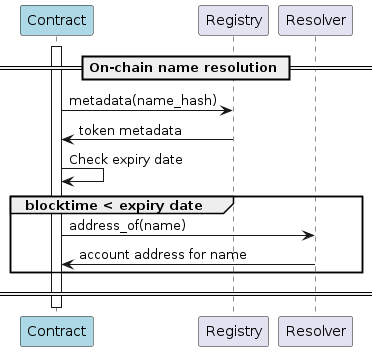
make-software/cspr-name-contracts keeps this PlantUML diagram as docs/sequence-diagrams/puml/onchain-name-resolution.png. Above is the earlier version.
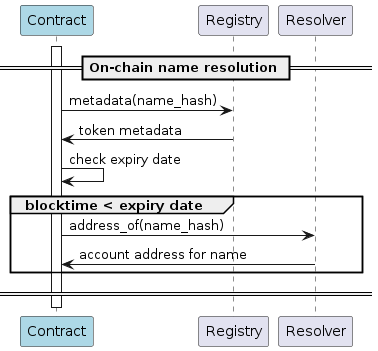
After the commit.

What changed in the source:
```diff
@@ -9,10 +9,10 @@
 activate "Contract"
 "Contract" -> "Registry": metadata(name_hash)
 "Registry" -> "Contract": token metadata
-Contract -> Contract: Check expiry date
+Contract -> Contract: check expiry date
 
 group blocktime < expiry date
-"Contract" -> Resolver: address_of(name)
+"Contract" -> Resolver: address_of(name_hash)
 Resolver -> Contract: account address for name
 end
 == ==
```
